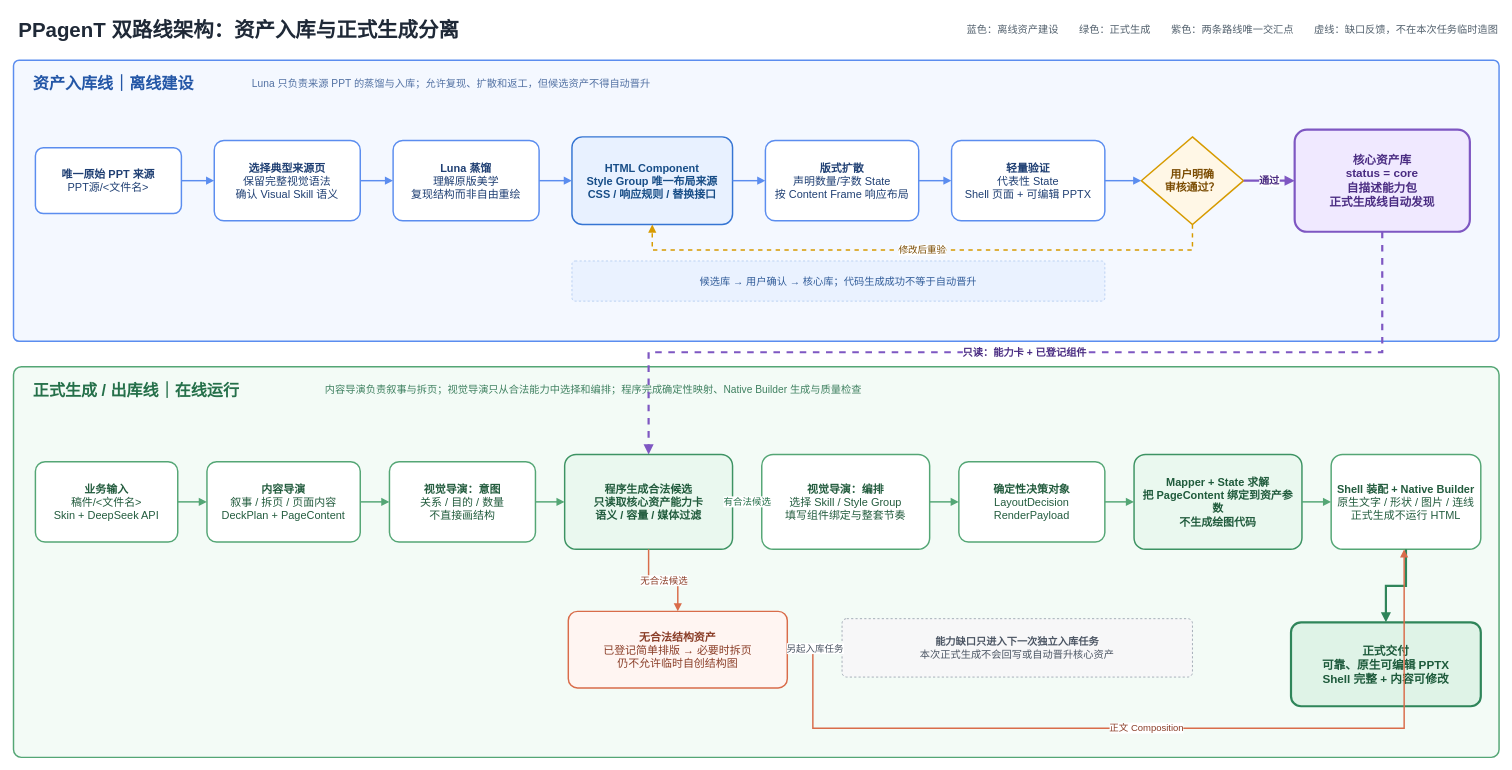
Earlier version of the draw.io diagram docs/架构/PPagenT-资产入库线与正式生成线.drawio (NEUwpy/PPagenT). Source tidied: cells renumbered, new cells numbered last; positions are measured from the earlier drawing's top-left corner, leaving out a move shared by most shapes. Both pictures are drawn from the tidied source at 73%, with x=0, y=0 at pixel (13, 12).
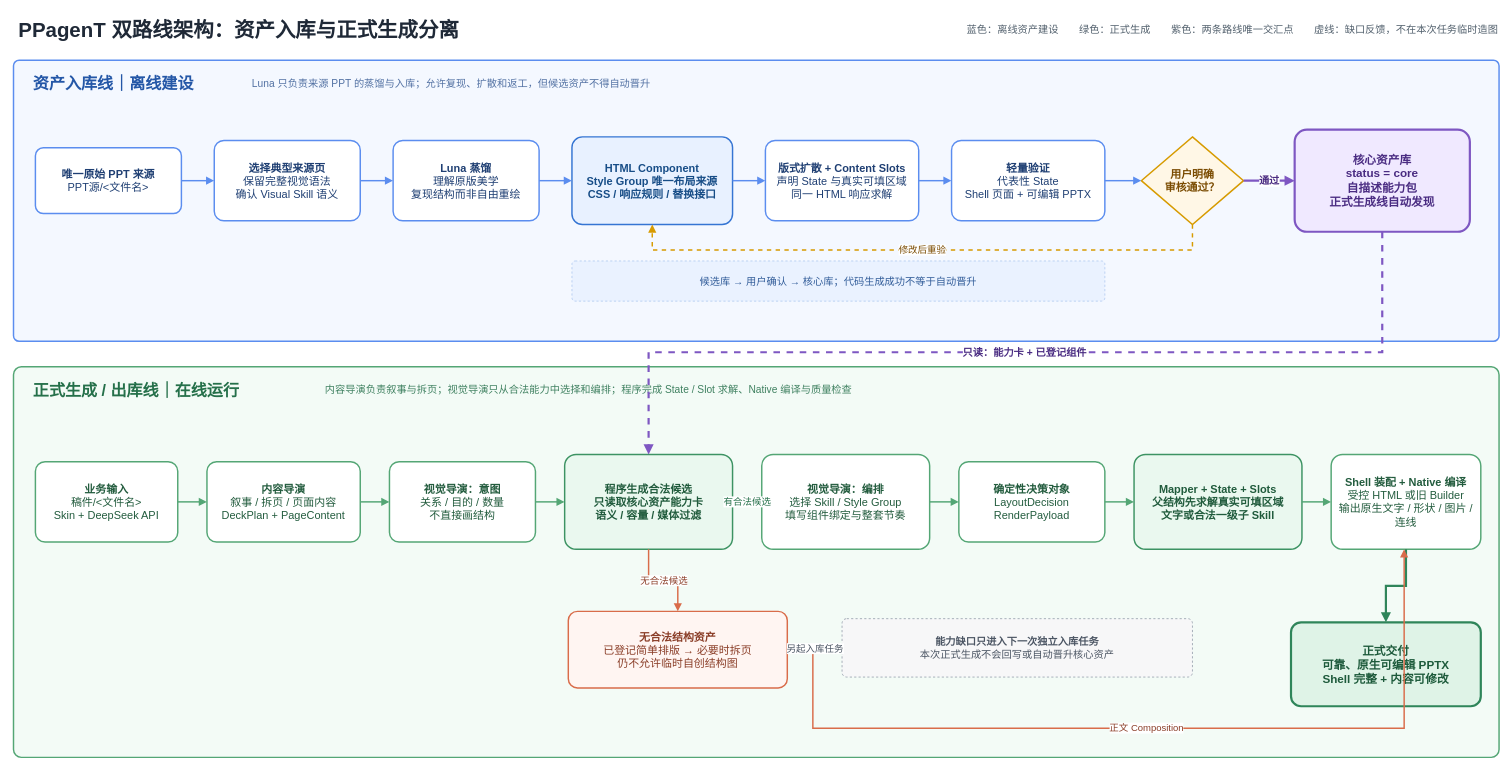
The same page after the edit.

The edit, as a diff of the source:
```diff
@@
-    <mxCell id="11" value="&lt;b&gt;版式扩散&lt;/b&gt;&lt;br&gt;声明数量/字数 State&lt;br&gt;按 Content Frame 响应布局" style="rounded=1;whiteSpace=wrap;html=1;arcSize=12;fillColor=#FFFFFF;strokeColor=#5B8DEF;strokeWidth=2;fontSize=15;fontColor=#1F3F73;spacing=8;" parent="1" vertex="1">
+    <mxCell id="11" value="&lt;b&gt;版式扩散 + Content Slots&lt;/b&gt;&lt;br&gt;声明 State 与真实可填区域&lt;br&gt;同一 HTML 响应求解" style="rounded=1;whiteSpace=wrap;html=1;arcSize=12;fillColor=#FFFFFF;strokeColor=#5B8DEF;strokeWidth=2;fontSize=15;fontColor=#1F3F73;spacing=8;" parent="1" vertex="1">
       <mxGeometry x="1030" y="175" width="210" height="110" as="geometry" />
     </mxCell>
@@
-    <mxCell id="26" value="内容导演负责叙事与拆页；视觉导演只从合法能力中选择和编排；程序完成确定性映射、Native Builder 生成与质量检查" style="text;html=1;strokeColor=none;fillColor=none;align=left;verticalAlign=middle;fontSize=14;fontColor=#3F8060;" parent="1" vertex="1">
+    <mxCell id="26" value="内容导演负责叙事与拆页；视觉导演只从合法能力中选择和编排；程序完成 State / Slot 求解、Native 编译与质量检查" style="text;html=1;strokeColor=none;fillColor=none;align=left;verticalAlign=middle;fontSize=14;fontColor=#3F8060;" parent="1" vertex="1">
       <mxGeometry x="425" y="502" width="1450" height="30" as="geometry" />
     </mxCell>
@@
-    <mxCell id="33" value="&lt;b&gt;Mapper + State 求解&lt;/b&gt;&lt;br&gt;把 PageContent 绑定到资产参数&lt;br&gt;不生成绘图代码" style="rounded=1;whiteSpace=wrap;html=1;arcSize=12;fillColor=#EAF8EF;strokeColor=#3D9363;strokeWidth=2;fontSize=15;fontStyle=1;fontColor=#205B3C;spacing=8;" parent="1" vertex="1">
+    <mxCell id="33" value="&lt;b&gt;Mapper + State + Slots&lt;/b&gt;&lt;br&gt;父结构先求解真实可填区域&lt;br&gt;文字或合法一级子 Skill" style="rounded=1;whiteSpace=wrap;html=1;arcSize=12;fillColor=#EAF8EF;strokeColor=#3D9363;strokeWidth=2;fontSize=15;fontStyle=1;fontColor=#205B3C;spacing=8;" parent="1" vertex="1">
       <mxGeometry x="1535" y="605" width="230" height="130" as="geometry" />
     </mxCell>
-    <mxCell id="34" value="&lt;b&gt;Shell 装配 + Native Builder&lt;/b&gt;&lt;br&gt;原生文字 / 形状 / 图片 / 连线&lt;br&gt;正式生成不运行 HTML" style="rounded=1;whiteSpace=wrap;html=1;arcSize=12;fillColor=#FFFFFF;strokeColor=#54A675;strokeWidth=2;fontSize=15;fontColor=#235C3E;spacing=8;" parent="1" vertex="1">
+    <mxCell id="34" value="&lt;b&gt;Shell 装配 + Native 编译&lt;/b&gt;&lt;br&gt;受控 HTML 或旧 Builder&lt;br&gt;输出原生文字 / 形状 / 图片 / 连线" style="rounded=1;whiteSpace=wrap;html=1;arcSize=12;fillColor=#FFFFFF;strokeColor=#54A675;strokeWidth=2;fontSize=15;fontColor=#235C3E;spacing=8;" parent="1" vertex="1">
       <mxGeometry x="1805" y="605" width="205" height="130" as="geometry" />
     </mxCell>
```
